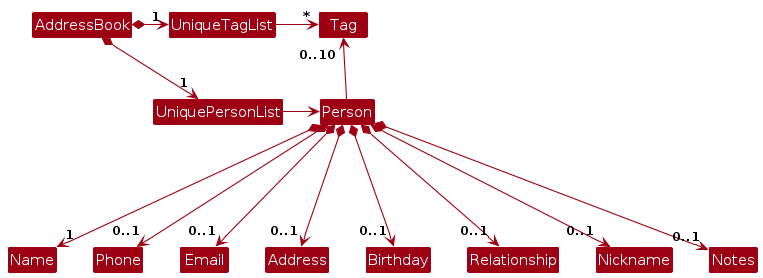
Above: diagrams/BetterModelClassDiagram.png in AY2425S2-CS2103T-T14-1/tp (PlantUML), before the change. Its source is kept beside it as diagrams/BetterModelClassDiagram.puml.
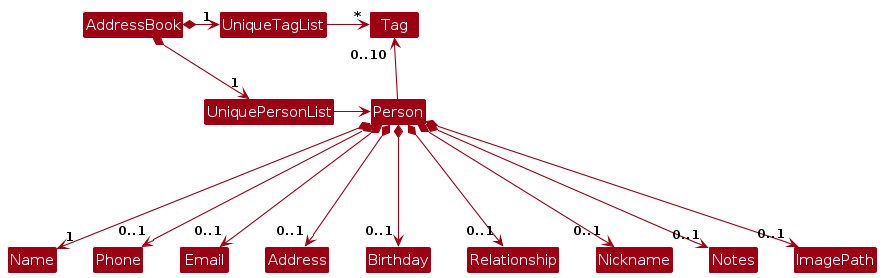
After the commit.

What changed in the source:
```diff
@@ -22,4 +22,5 @@
 Person *---> "0..1" Relationship
 Person *---> "0..1" Nickname
 Person *---> "0..1" Notes
+Person *---> "0..1" ImagePath
 @enduml
```
